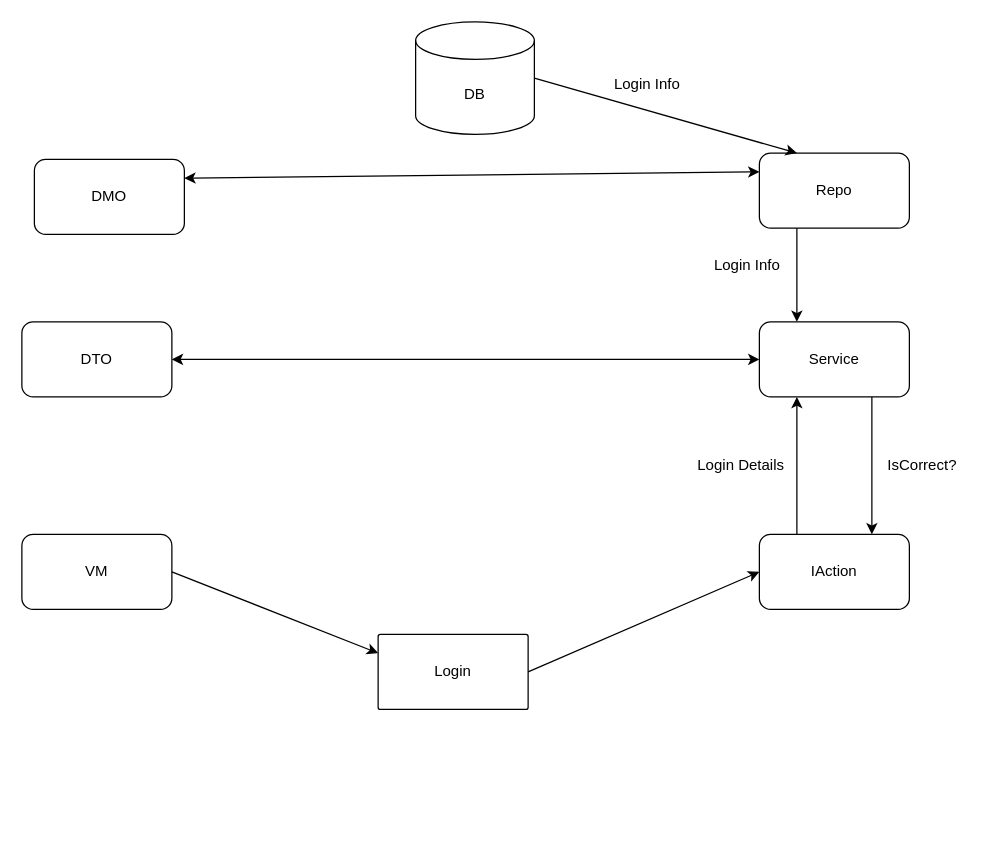
Before: scheme.drawio in kasimpasaoglu/MVC-Project1, a draw.io diagram. Source tidied: cells renumbered, new cells numbered last; positions are measured from the earlier drawing's top-left corner, leaving out a move shared by most shapes. Both pictures are drawn from the tidied source at 125%, with x=0, y=0 at pixel (21, 21).
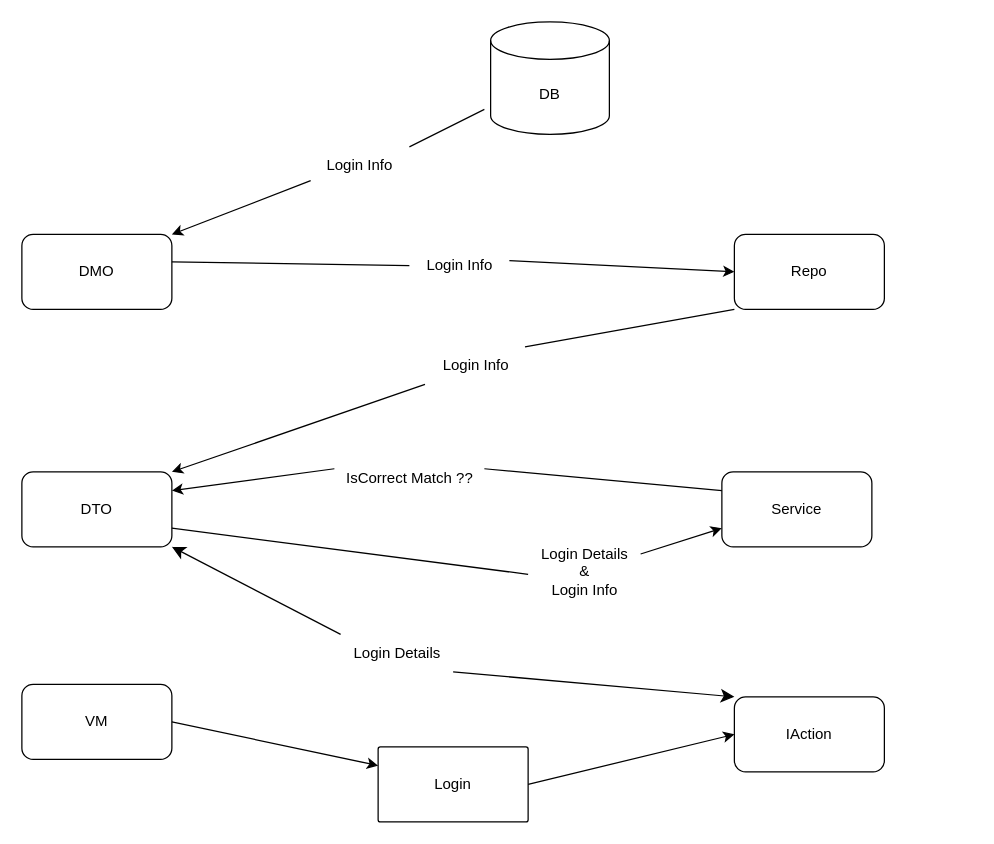
The same page after the edit.

Change to the diagram source:
```diff
@@
     <mxCell id="2" value="DMO" style="rounded=1;whiteSpace=wrap;html=1;" parent="1" vertex="1">
-      <mxGeometry x="10" y="110" width="120" height="60" as="geometry" />
+      <mxGeometry y="170" width="120" height="60" as="geometry" />
     </mxCell>
     <mxCell id="3" value="DTO" style="rounded=1;whiteSpace=wrap;html=1;" parent="1" vertex="1">
-      <mxGeometry y="240" width="120" height="60" as="geometry" />
+      <mxGeometry y="360" width="120" height="60" as="geometry" />
     </mxCell>
     <mxCell id="4" value="VM" style="rounded=1;whiteSpace=wrap;html=1;" parent="1" vertex="1">
-      <mxGeometry y="410" width="120" height="60" as="geometry" />
+      <mxGeometry y="530" width="120" height="60" as="geometry" />
     </mxCell>
     <mxCell id="5" value="Repo" style="rounded=1;whiteSpace=wrap;html=1;" parent="1" vertex="1">
-      <mxGeometry x="590" y="105" width="120" height="60" as="geometry" />
+      <mxGeometry x="570" y="170" width="120" height="60" as="geometry" />
     </mxCell>
     <mxCell id="6" value="Service" style="rounded=1;whiteSpace=wrap;html=1;" parent="1" vertex="1">
-      <mxGeometry x="590" y="240" width="120" height="60" as="geometry" />
+      <mxGeometry x="560" y="360" width="120" height="60" as="geometry" />
     </mxCell>
     <mxCell id="7" value="IAction" style="rounded=1;whiteSpace=wrap;html=1;" parent="1" vertex="1">
-      <mxGeometry x="590" y="410" width="120" height="60" as="geometry" />
+      <mxGeometry x="570" y="540" width="120" height="60" as="geometry" />
     </mxCell>
     <mxCell id="8" value="Login" style="rounded=1;whiteSpace=wrap;html=1;arcSize=3;" parent="1" vertex="1">
-      <mxGeometry x="285" y="490" width="120" height="60" as="geometry" />
+      <mxGeometry x="285" y="580" width="120" height="60" as="geometry" />
     </mxCell>
@@
-    <mxCell id="11" style="endArrow=classic;html=1;exitX=0.25;exitY=0;exitDx=0;exitDy=0;entryX=0.25;entryY=1;entryDx=0;entryDy=0;" parent="1" edge="1" source="7" target="6">
-      <mxGeometry relative="1" as="geometry" />
-    </mxCell>
-    <mxCell id="12" style="endArrow=classic;startArrow=classic;html=1;exitX=1;exitY=0.5;exitDx=0;exitDy=0;entryX=0;entryY=0.5;entryDx=0;entryDy=0;" parent="1" edge="1" source="3" target="6">
-      <mxGeometry relative="1" as="geometry" />
-    </mxCell>
-    <mxCell id="13" style="endArrow=classic;startArrow=classic;html=1;exitX=1;exitY=0.25;exitDx=0;exitDy=0;entryX=0;entryY=0.25;entryDx=0;entryDy=0;" parent="1" edge="1" source="2" target="5">
-      <mxGeometry relative="1" as="geometry" />
-    </mxCell>
-    <mxCell id="14" value="Login Details" style="text;html=1;align=center;verticalAlign=middle;points=[];strokeColor=none;fillColor=none;" parent="1" vertex="1">
-      <mxGeometry x="530" y="340" width="90" height="30" as="geometry" />
-    </mxCell>
-    <mxCell id="15" value="IsCorrect?" style="text;html=1;align=center;verticalAlign=middle;strokeColor=none;fillColor=none;" parent="1" vertex="1">
-      <mxGeometry x="680" y="340" width="80" height="30" as="geometry" />
-    </mxCell>
-    <mxCell id="16" style="endArrow=classic;html=1;exitX=0.75;exitY=1;exitDx=0;exitDy=0;entryX=0.75;entryY=0;entryDx=0;entryDy=0;" parent="1" edge="1" source="6" target="7">
-      <mxGeometry relative="1" as="geometry" />
-    </mxCell>
-    <mxCell id="17" style="endArrow=classic;html=1;entryX=0.25;entryY=0;entryDx=0;entryDy=0;exitX=0.25;exitY=1;exitDx=0;exitDy=0;" parent="1" edge="1" source="5" target="6">
+    <mxCell id="17" style="endArrow=classic;html=1;entryX=1;entryY=0;entryDx=0;entryDy=0;exitX=0;exitY=1;exitDx=0;exitDy=0;startArrow=none;" parent="1" edge="1" source="18" target="3">
       <mxGeometry relative="1" as="geometry" />
     </mxCell>
-    <mxCell id="18" value="Login Info" style="text;html=1;align=center;verticalAlign=middle;points=[];strokeColor=none;fillColor=none;" parent="1" vertex="1">
-      <mxGeometry x="540" y="180" width="80" height="30" as="geometry" />
-    </mxCell>
     <mxCell id="19" value="DB" style="shape=cylinder3;whiteSpace=wrap;html=1;boundedLbl=1;backgroundOutline=1;size=15;" parent="1" vertex="1">
-      <mxGeometry x="315" width="95" height="90" as="geometry" />
+      <mxGeometry x="375" width="95" height="90" as="geometry" />
     </mxCell>
-    <mxCell id="20" style="endArrow=classic;html=1;exitX=1;exitY=0.5;exitDx=0;exitDy=0;exitPerimeter=0;entryX=0.25;entryY=0;entryDx=0;entryDy=0;" parent="1" edge="1" source="19" target="5">
+    <mxCell id="20" style="endArrow=classic;html=1;exitX=0.013;exitY=0.9;exitDx=0;exitDy=0;exitPerimeter=0;entryX=1;entryY=0;entryDx=0;entryDy=0;startArrow=none;" parent="1" edge="1" source="21" target="2">
       <mxGeometry relative="1" as="geometry" />
     </mxCell>
+    <mxCell id="22" style="edgeStyle=none;jettySize=auto;html=1;endArrow=classic;startArrow=none;endSize=8;startSize=8;exitX=1;exitY=1;exitDx=0;exitDy=0;entryX=0;entryY=0;entryDx=0;entryDy=0;" parent="1" edge="1" source="14" target="7">
+      <mxGeometry relative="1" as="geometry" />
+    </mxCell>
+    <mxCell id="23" style="edgeStyle=none;jettySize=auto;html=1;endArrow=none;startArrow=classic;endSize=8;startSize=8;exitX=1;exitY=1;exitDx=0;exitDy=0;entryX=0;entryY=0;entryDx=0;entryDy=0;" parent="1" edge="1" source="3" target="14">
+      <mxGeometry relative="1" as="geometry" />
+    </mxCell>
+    <mxCell id="14" value="Login Details" style="text;html=1;align=center;verticalAlign=middle;points=[];strokeColor=none;fillColor=none;" parent="1" vertex="1">
+      <mxGeometry x="255" y="490" width="90" height="30" as="geometry" />
+    </mxCell>
+    <mxCell id="24" style="endArrow=none;html=1;entryX=1;entryY=0;entryDx=0;entryDy=0;exitX=0;exitY=1;exitDx=0;exitDy=0;startArrow=none;" parent="1" edge="1" source="5" target="18">
+      <mxGeometry relative="1" as="geometry" />
+    </mxCell>
+    <mxCell id="18" value="Login Info" style="text;html=1;align=center;verticalAlign=middle;points=[];strokeColor=none;fillColor=none;" parent="1" vertex="1">
+      <mxGeometry x="322.5" y="260" width="80" height="30" as="geometry" />
+    </mxCell>
+    <mxCell id="25" style="endArrow=none;html=1;entryX=1;entryY=0;entryDx=0;entryDy=0;" parent="1" edge="1" target="21">
+      <mxGeometry relative="1" as="geometry">
+        <mxPoint x="370" y="70" as="sourcePoint" />
+      </mxGeometry>
+    </mxCell>
     <mxCell id="21" value="Login Info" style="text;html=1;align=center;verticalAlign=middle;points=[];strokeColor=none;fillColor=none;" parent="1" vertex="1">
-      <mxGeometry x="460" y="35" width="80" height="30" as="geometry" />
+      <mxGeometry x="230" y="100" width="80" height="30" as="geometry" />
     </mxCell>
+    <mxCell id="26" style="edgeStyle=none;jettySize=auto;html=1;exitX=1;exitY=0.367;exitDx=0;exitDy=0;exitPerimeter=0;entryX=0;entryY=0.5;entryDx=0;entryDy=0;startArrow=none;" parent="1" edge="1" source="28" target="5">
+      <mxGeometry relative="1" as="geometry" />
+    </mxCell>
+    <mxCell id="27" style="edgeStyle=none;jettySize=auto;html=1;exitX=1;exitY=0.367;exitDx=0;exitDy=0;exitPerimeter=0;entryX=0;entryY=0.5;entryDx=0;entryDy=0;endArrow=none;" parent="1" edge="1" source="2" target="28">
+      <mxGeometry relative="1" as="geometry" />
+    </mxCell>
+    <mxCell id="28" value="Login Info" style="text;html=1;align=center;verticalAlign=middle;points=[];strokeColor=none;fillColor=none;" parent="1" vertex="1">
+      <mxGeometry x="310" y="180" width="80" height="30" as="geometry" />
+    </mxCell>
+    <mxCell id="29" style="edgeStyle=none;jettySize=auto;html=1;entryX=0;entryY=0.75;entryDx=0;entryDy=0;startArrow=none;" parent="1" edge="1" source="31" target="6">
+      <mxGeometry relative="1" as="geometry" />
+    </mxCell>
+    <mxCell id="30" style="edgeStyle=none;jettySize=auto;html=1;exitX=1;exitY=0.75;exitDx=0;exitDy=0;entryX=0;entryY=0.533;entryDx=0;entryDy=0;endArrow=none;entryPerimeter=0;" parent="1" edge="1" source="3" target="31">
+      <mxGeometry relative="1" as="geometry" />
+    </mxCell>
+    <mxCell id="31" value="Login Details &lt;br&gt;&amp;amp;&lt;br&gt;Login Info" style="text;html=1;align=center;verticalAlign=middle;points=[];strokeColor=none;fillColor=none;" parent="1" vertex="1">
+      <mxGeometry x="405" y="410" width="90" height="60" as="geometry" />
+    </mxCell>
+    <mxCell id="32" style="edgeStyle=none;jettySize=auto;html=1;entryX=1;entryY=0.25;entryDx=0;entryDy=0;exitX=0;exitY=0.25;exitDx=0;exitDy=0;startArrow=none;" parent="1" edge="1" source="34" target="3">
+      <mxGeometry relative="1" as="geometry" />
+    </mxCell>
+    <mxCell id="33" style="edgeStyle=none;jettySize=auto;html=1;entryX=1;entryY=0.25;entryDx=0;entryDy=0;exitX=0;exitY=0.25;exitDx=0;exitDy=0;endArrow=none;" parent="1" edge="1" source="6" target="34">
+      <mxGeometry relative="1" as="geometry" />
+    </mxCell>
+    <mxCell id="34" value="IsCorrect Match ??" style="text;html=1;align=center;verticalAlign=middle;points=[];strokeColor=none;fillColor=none;" parent="1" vertex="1">
+      <mxGeometry x="250" y="350" width="120" height="30" as="geometry" />
+    </mxCell>
```
